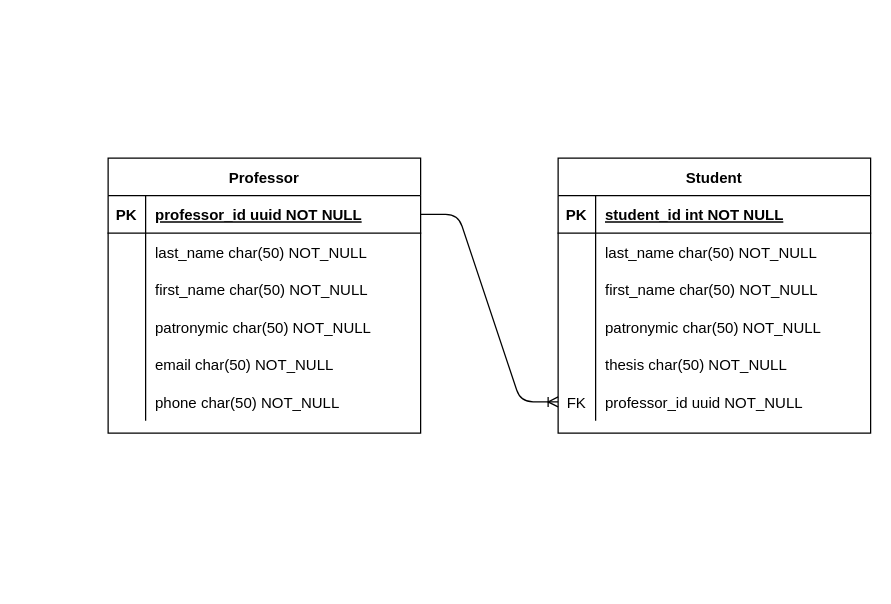
Earlier version of the draw.io diagram test-task.drawio (ARAOvsepyan/fullstack-test-task). Source tidied: cells renumbered, new cells numbered last; positions are measured from the earlier drawing's top-left corner, leaving out a move shared by most shapes. Both pictures are drawn from the tidied source at 125%, with x=0, y=0 at pixel (108, 158).
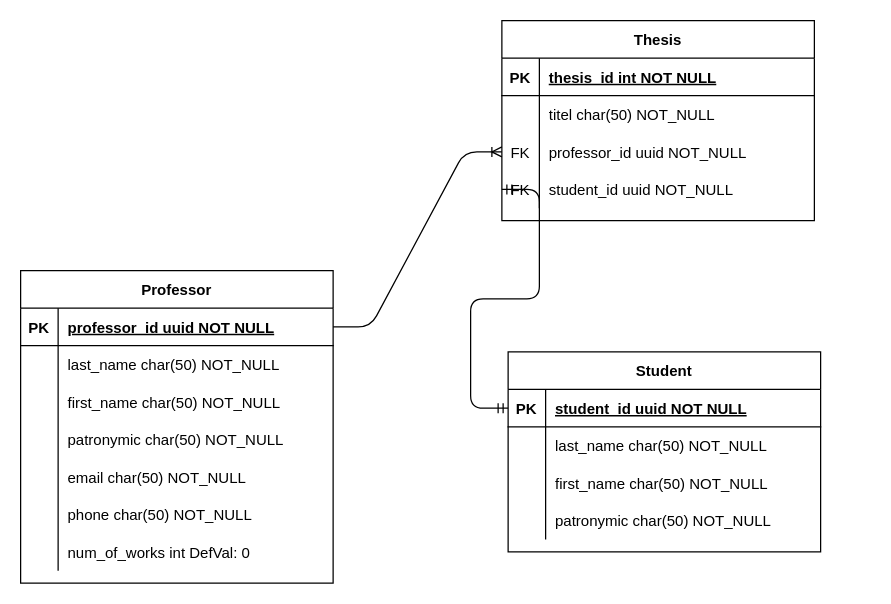
After the change.

Unchanged cells that the change refers to:
```xml
<mxCell id="3" style="shape=partialRectangle;fillColor=none;points=[[0,0.5],[1,0.5]];portConstraint=eastwest;top=0;left=0;right=0;bottom=1;" parent="2" vertex="1">
  <mxGeometry y="30" width="250" height="30" as="geometry" />
</mxCell>
<mxCell id="22" style="shape=partialRectangle;fillColor=none;points=[[0,0.5],[1,0.5]];portConstraint=eastwest;top=0;left=0;right=0;bottom=1;" parent="21" vertex="1">
  <mxGeometry y="30" width="250" height="30" as="geometry" />
</mxCell>
```

What changed in the source:
```diff
@@
     <mxCell id="2" value="Professor" style="shape=table;startSize=30;childLayout=tableLayout;rowLines=0;fontStyle=1;align=center;" parent="1" vertex="1">
-      <mxGeometry width="250" height="220" as="geometry" />
+      <mxGeometry x="-70" y="90" width="250" height="250" as="geometry" />
     </mxCell>
@@
+    <mxCell id="41" style="shape=partialRectangle;fillColor=none;top=0;left=0;right=0;bottom=0;" parent="2" vertex="1">
+      <mxGeometry y="210" width="250" height="30" as="geometry" />
+    </mxCell>
+    <mxCell id="42" style="shape=partialRectangle;overflow=hidden;fillColor=none;top=0;left=0;bottom=0;right=0;" parent="41" vertex="1">
+      <mxGeometry width="30" height="30" as="geometry" />
+    </mxCell>
+    <mxCell id="43" value="num_of_works int DefVal: 0" style="shape=partialRectangle;overflow=hidden;fillColor=none;top=0;left=0;bottom=0;right=0;align=left;spacingLeft=6;" parent="41" vertex="1">
+      <mxGeometry x="30" width="220" height="30" as="geometry" />
+    </mxCell>
     <mxCell id="21" value="Student" style="shape=table;startSize=30;childLayout=tableLayout;rowLines=0;fontStyle=1;align=center;" parent="1" vertex="1">
-      <mxGeometry x="360" width="250" height="220" as="geometry" />
+      <mxGeometry x="320" y="155" width="250" height="160" as="geometry" />
     </mxCell>
@@
-    <mxCell id="24" value="student_id int NOT NULL " style="shape=partialRectangle;overflow=hidden;fillColor=none;top=0;left=0;bottom=0;right=0;align=left;spacingLeft=6;fontStyle=5;" parent="22" vertex="1">
+    <mxCell id="24" value="student_id uuid NOT NULL " style="shape=partialRectangle;overflow=hidden;fillColor=none;top=0;left=0;bottom=0;right=0;align=left;spacingLeft=6;fontStyle=5;" parent="22" vertex="1">
       <mxGeometry x="30" width="220" height="30" as="geometry" />
     </mxCell>
@@
-    <mxCell id="34" style="shape=partialRectangle;fillColor=none;top=0;left=0;right=0;bottom=0;" parent="21" vertex="1">
-      <mxGeometry y="150" width="250" height="30" as="geometry" />
-    </mxCell>
-    <mxCell id="35" style="shape=partialRectangle;overflow=hidden;fillColor=none;top=0;left=0;bottom=0;right=0;" parent="34" vertex="1">
-      <mxGeometry width="30" height="30" as="geometry" />
-    </mxCell>
-    <mxCell id="36" value="thesis char(50) NOT_NULL" style="shape=partialRectangle;overflow=hidden;fillColor=none;top=0;left=0;bottom=0;right=0;align=left;spacingLeft=6;" parent="34" vertex="1">
-      <mxGeometry x="30" width="220" height="30" as="geometry" />
-    </mxCell>
-    <mxCell id="37" style="shape=partialRectangle;fillColor=none;points=[[0,0.5],[1,0.5]];portConstraint=eastwest;top=0;left=0;right=0;bottom=0;" parent="21" vertex="1">
-      <mxGeometry y="180" width="250" height="30" as="geometry" />
-    </mxCell>
-    <mxCell id="38" value="FK" style="shape=partialRectangle;overflow=hidden;fillColor=none;top=0;left=0;bottom=0;right=0;" parent="37" vertex="1">
-      <mxGeometry width="30" height="30" as="geometry" />
-    </mxCell>
+    <mxCell id="44" value="Thesis" style="shape=table;startSize=30;childLayout=tableLayout;rowLines=0;fontStyle=1;align=center;" parent="1" vertex="1">
+      <mxGeometry x="315" y="-110" width="250" height="160" as="geometry" />
+    </mxCell>
+    <mxCell id="45" style="shape=partialRectangle;fillColor=none;top=0;left=0;right=0;bottom=1;" parent="44" vertex="1">
+      <mxGeometry y="30" width="250" height="30" as="geometry" />
+    </mxCell>
+    <mxCell id="46" value="PK" style="shape=partialRectangle;overflow=hidden;fillColor=none;top=0;left=0;bottom=0;right=0;fontStyle=1;" parent="45" vertex="1">
+      <mxGeometry width="30" height="30" as="geometry" />
+    </mxCell>
+    <mxCell id="47" value="thesis_id int NOT NULL " style="shape=partialRectangle;overflow=hidden;fillColor=none;top=0;left=0;bottom=0;right=0;align=left;spacingLeft=6;fontStyle=5;" parent="45" vertex="1">
+      <mxGeometry x="30" width="220" height="30" as="geometry" />
+    </mxCell>
+    <mxCell id="48" style="shape=partialRectangle;fillColor=none;top=0;left=0;right=0;bottom=0;" parent="44" vertex="1">
+      <mxGeometry y="60" width="250" height="30" as="geometry" />
+    </mxCell>
+    <mxCell id="49" style="shape=partialRectangle;overflow=hidden;fillColor=none;top=0;left=0;bottom=0;right=0;" parent="48" vertex="1">
+      <mxGeometry width="30" height="30" as="geometry" />
+    </mxCell>
+    <mxCell id="50" value="titel char(50) NOT_NULL" style="shape=partialRectangle;overflow=hidden;fillColor=none;top=0;left=0;bottom=0;right=0;align=left;spacingLeft=6;" parent="48" vertex="1">
+      <mxGeometry x="30" width="220" height="30" as="geometry" />
+    </mxCell>
+    <mxCell id="51" style="shape=partialRectangle;fillColor=none;points=[[0,0.5],[1,0.5]];portConstraint=eastwest;top=0;left=0;right=0;bottom=0;" parent="44" vertex="1">
+      <mxGeometry y="90" width="250" height="30" as="geometry" />
+    </mxCell>
+    <mxCell id="52" value="FK" style="shape=partialRectangle;overflow=hidden;fillColor=none;top=0;left=0;bottom=0;right=0;" parent="51" vertex="1">
+      <mxGeometry width="30" height="30" as="geometry" />
+    </mxCell>
-    <mxCell id="39" value="professor_id uuid NOT_NULL" style="shape=partialRectangle;overflow=hidden;fillColor=none;top=0;left=0;bottom=0;right=0;align=left;spacingLeft=6;" parent="37" vertex="1">
+    <mxCell id="39" value="professor_id uuid NOT_NULL" style="shape=partialRectangle;overflow=hidden;fillColor=none;top=0;left=0;bottom=0;right=0;align=left;spacingLeft=6;" parent="51" vertex="1">
       <mxGeometry x="30" width="220" height="30" as="geometry" />
     </mxCell>
-    <mxCell id="40" style="edgeStyle=entityRelationEdgeStyle;fontSize=12;html=1;endArrow=ERoneToMany;exitX=1;exitY=0.5;exitDx=0;exitDy=0;entryX=0;entryY=0.5;entryDx=0;entryDy=0;" parent="1" edge="1" source="3" target="37">
-      <mxGeometry relative="1" as="geometry" />
-    </mxCell>
+    <mxCell id="53" style="shape=partialRectangle;fillColor=none;points=[[0,0.5],[1,0.5]];portConstraint=eastwest;top=0;left=0;right=0;bottom=0;" parent="44" vertex="1">
+      <mxGeometry y="120" width="250" height="30" as="geometry" />
+    </mxCell>
+    <mxCell id="54" value="FK" style="shape=partialRectangle;overflow=hidden;fillColor=none;top=0;left=0;bottom=0;right=0;" parent="53" vertex="1">
+      <mxGeometry width="30" height="30" as="geometry" />
+    </mxCell>
+    <mxCell id="55" value="student_id uuid NOT_NULL" style="shape=partialRectangle;overflow=hidden;fillColor=none;top=0;left=0;bottom=0;right=0;align=left;spacingLeft=6;" parent="53" vertex="1">
+      <mxGeometry x="30" width="220" height="30" as="geometry" />
+    </mxCell>
+    <mxCell id="56" style="edgeStyle=entityRelationEdgeStyle;fontSize=12;html=1;endArrow=ERoneToMany;exitX=1;exitY=0.5;exitDx=0;exitDy=0;entryX=0;entryY=0.5;entryDx=0;entryDy=0;" parent="1" edge="1" source="3" target="51">
+      <mxGeometry relative="1" as="geometry" />
+    </mxCell>
+    <mxCell id="57" style="edgeStyle=entityRelationEdgeStyle;fontSize=12;html=1;endArrow=ERmandOne;startArrow=ERmandOne;entryX=0;entryY=0.5;entryDx=0;entryDy=0;exitX=0;exitY=0.5;exitDx=0;exitDy=0;" parent="1" edge="1" source="22" target="53">
+      <mxGeometry relative="1" as="geometry" />
+    </mxCell>
```
